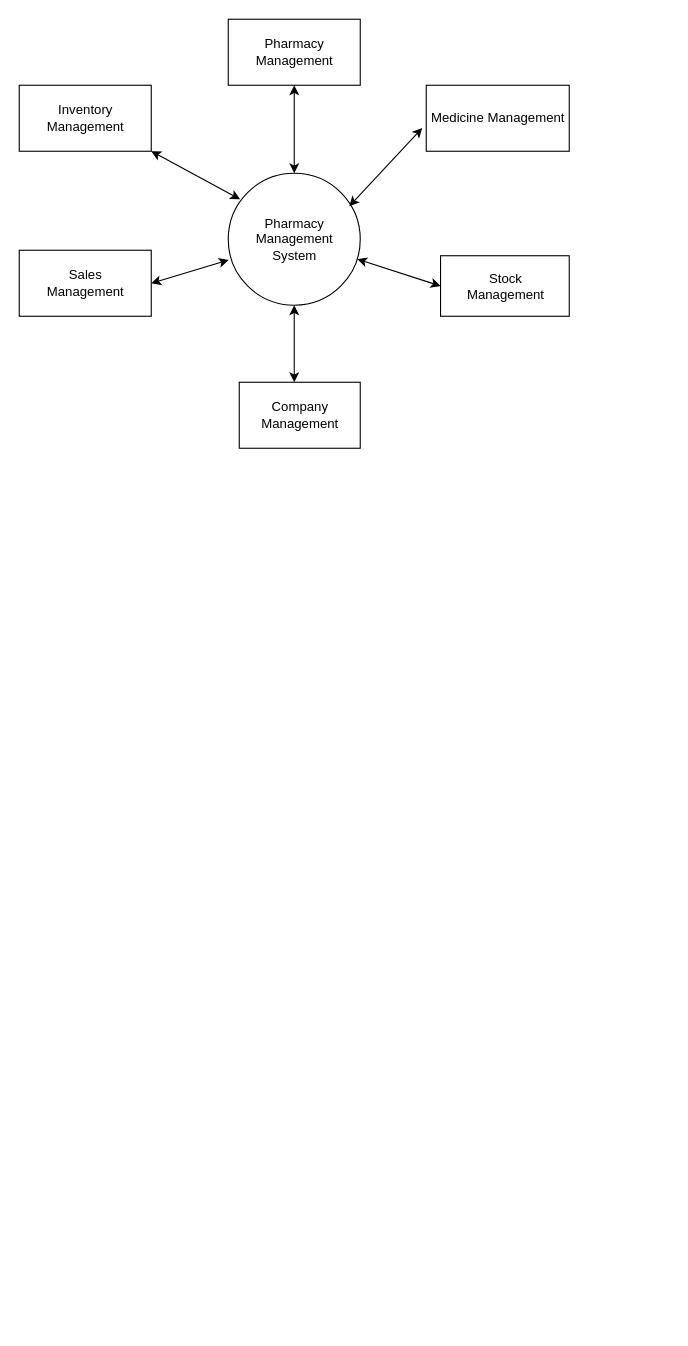
Earlier version of the draw.io diagram page "Page-2" (2 of 3) of hotel-management-system.drawio (nitrroshan/Diagrams). Source tidied: cells renumbered, new cells numbered last; positions are measured from the earlier drawing's top-left corner, leaving out a move shared by most shapes. Both pictures are drawn from the tidied source at 110%, with x=0, y=0 at pixel (19, 19).
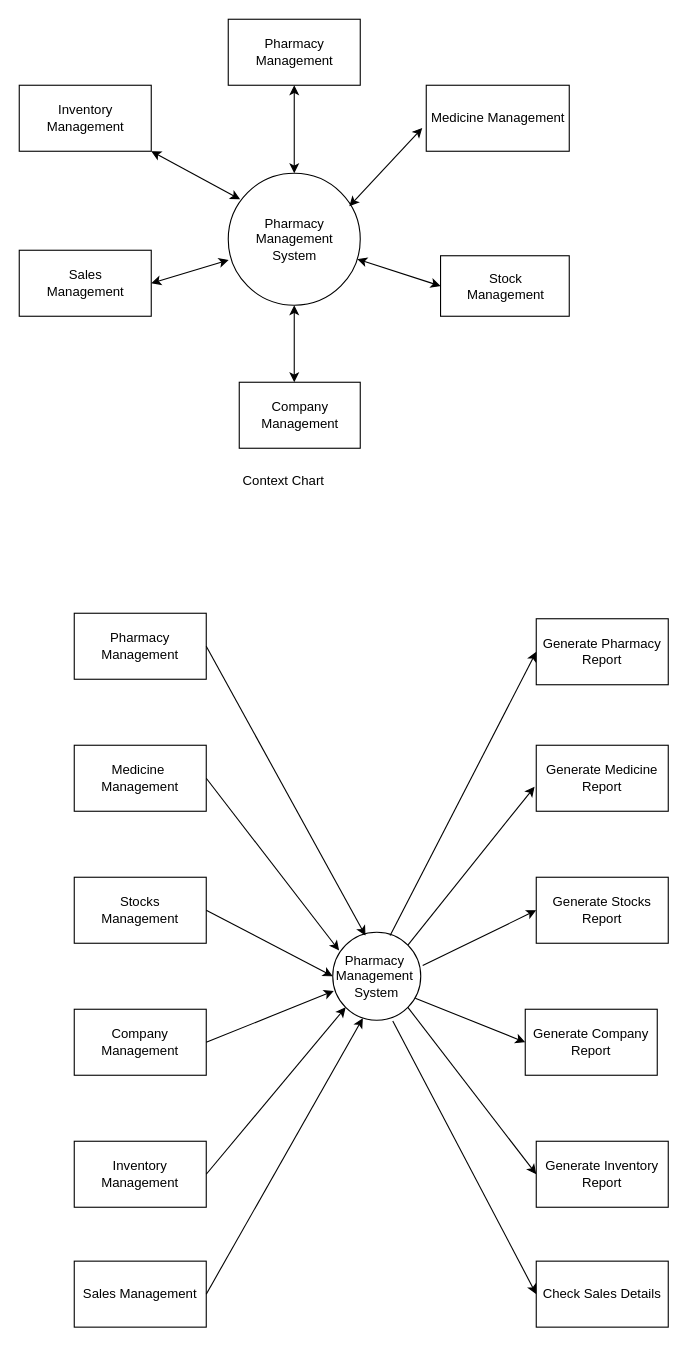
After the change.

What changed in the source:
```diff
@@
+    <mxCell id="15" value="Context Chart" style="text;html=1;align=center;verticalAlign=middle;strokeColor=none;fillColor=none;" parent="1" vertex="1">
+      <mxGeometry x="195" y="410" width="90" height="20" as="geometry" />
+    </mxCell>
+    <mxCell id="16" value="Pharmacy&amp;nbsp;&lt;br&gt;Management&amp;nbsp;&lt;br&gt;System&lt;br&gt;" style="ellipse;whiteSpace=wrap;html=1;" parent="1" vertex="1">
+      <mxGeometry x="285" y="830" width="80" height="80" as="geometry" />
+    </mxCell>
+    <mxCell id="17" value="Pharmacy Management" style="rounded=0;whiteSpace=wrap;html=1;" parent="1" vertex="1">
+      <mxGeometry x="50" y="540" width="120" height="60" as="geometry" />
+    </mxCell>
+    <mxCell id="18" value="Medicine&amp;nbsp;&lt;br&gt;Management" style="rounded=0;whiteSpace=wrap;html=1;" parent="1" vertex="1">
+      <mxGeometry x="50" y="660" width="120" height="60" as="geometry" />
+    </mxCell>
+    <mxCell id="19" value="Stocks&lt;br&gt;Management" style="rounded=0;whiteSpace=wrap;html=1;" parent="1" vertex="1">
+      <mxGeometry x="50" y="780" width="120" height="60" as="geometry" />
+    </mxCell>
+    <mxCell id="20" value="Company&lt;br&gt;Management" style="rounded=0;whiteSpace=wrap;html=1;" parent="1" vertex="1">
+      <mxGeometry x="50" y="900" width="120" height="60" as="geometry" />
+    </mxCell>
+    <mxCell id="21" value="Inventory&lt;br&gt;Management" style="rounded=0;whiteSpace=wrap;html=1;" parent="1" vertex="1">
+      <mxGeometry x="50" y="1020" width="120" height="60" as="geometry" />
+    </mxCell>
+    <mxCell id="22" value="Generate Pharmacy Report" style="rounded=0;whiteSpace=wrap;html=1;" parent="1" vertex="1">
+      <mxGeometry x="470" y="545" width="120" height="60" as="geometry" />
+    </mxCell>
+    <mxCell id="23" value="Generate Medicine Report" style="rounded=0;whiteSpace=wrap;html=1;" parent="1" vertex="1">
+      <mxGeometry x="470" y="660" width="120" height="60" as="geometry" />
+    </mxCell>
+    <mxCell id="24" value="Generate Stocks Report" style="rounded=0;whiteSpace=wrap;html=1;" parent="1" vertex="1">
+      <mxGeometry x="470" y="780" width="120" height="60" as="geometry" />
+    </mxCell>
+    <mxCell id="25" value="Generate Company Report" style="rounded=0;whiteSpace=wrap;html=1;" parent="1" vertex="1">
+      <mxGeometry x="460" y="900" width="120" height="60" as="geometry" />
+    </mxCell>
+    <mxCell id="26" value="Check Sales Details" style="rounded=0;whiteSpace=wrap;html=1;" parent="1" vertex="1">
+      <mxGeometry x="470" y="1129" width="120" height="60" as="geometry" />
+    </mxCell>
+    <mxCell id="27" value="Sales Management" style="rounded=0;whiteSpace=wrap;html=1;" parent="1" vertex="1">
+      <mxGeometry x="50" y="1129" width="120" height="60" as="geometry" />
+    </mxCell>
+    <mxCell id="28" value="Generate Inventory Report" style="rounded=0;whiteSpace=wrap;html=1;" parent="1" vertex="1">
+      <mxGeometry x="470" y="1020" width="120" height="60" as="geometry" />
+    </mxCell>
+    <mxCell id="29" style="endArrow=classic;html=1;rounded=0;exitX=1;exitY=0.5;exitDx=0;exitDy=0;entryX=0.372;entryY=0.038;entryDx=0;entryDy=0;entryPerimeter=0;" parent="1" edge="1" source="17" target="16">
+      <mxGeometry relative="1" as="geometry" />
+    </mxCell>
+    <mxCell id="30" style="endArrow=classic;html=1;rounded=0;entryX=0.072;entryY=0.208;entryDx=0;entryDy=0;exitX=1;exitY=0.5;exitDx=0;exitDy=0;entryPerimeter=0;" parent="1" edge="1" source="18" target="16">
+      <mxGeometry relative="1" as="geometry" />
+    </mxCell>
+    <mxCell id="31" style="endArrow=classic;html=1;rounded=0;exitX=1;exitY=0.5;exitDx=0;exitDy=0;entryX=0;entryY=0.5;entryDx=0;entryDy=0;" parent="1" edge="1" source="19" target="16">
+      <mxGeometry relative="1" as="geometry" />
+    </mxCell>
+    <mxCell id="32" style="endArrow=classic;html=1;rounded=0;exitX=1;exitY=0.5;exitDx=0;exitDy=0;entryX=0.012;entryY=0.667;entryDx=0;entryDy=0;entryPerimeter=0;" parent="1" edge="1" source="20" target="16">
+      <mxGeometry relative="1" as="geometry" />
+    </mxCell>
+    <mxCell id="33" style="endArrow=classic;html=1;rounded=0;exitX=1;exitY=0.5;exitDx=0;exitDy=0;entryX=0;entryY=1;entryDx=0;entryDy=0;" parent="1" edge="1" source="21" target="16">
+      <mxGeometry relative="1" as="geometry" />
+    </mxCell>
+    <mxCell id="34" style="endArrow=classic;html=1;rounded=0;exitX=1;exitY=0.5;exitDx=0;exitDy=0;entryX=0.342;entryY=0.977;entryDx=0;entryDy=0;entryPerimeter=0;" parent="1" edge="1" source="27" target="16">
+      <mxGeometry relative="1" as="geometry" />
+    </mxCell>
+    <mxCell id="35" style="endArrow=classic;html=1;rounded=0;exitX=0.652;exitY=0.038;exitDx=0;exitDy=0;exitPerimeter=0;entryX=0;entryY=0.5;entryDx=0;entryDy=0;" parent="1" edge="1" source="16" target="22">
+      <mxGeometry relative="1" as="geometry" />
+    </mxCell>
+    <mxCell id="36" style="endArrow=classic;html=1;rounded=0;exitX=1;exitY=0;exitDx=0;exitDy=0;entryX=-0.013;entryY=0.63;entryDx=0;entryDy=0;entryPerimeter=0;" parent="1" edge="1" source="16" target="23">
+      <mxGeometry relative="1" as="geometry" />
+    </mxCell>
+    <mxCell id="37" style="endArrow=classic;html=1;rounded=0;exitX=1.022;exitY=0.378;exitDx=0;exitDy=0;exitPerimeter=0;entryX=0;entryY=0.5;entryDx=0;entryDy=0;" parent="1" edge="1" source="16" target="24">
+      <mxGeometry relative="1" as="geometry" />
+    </mxCell>
+    <mxCell id="38" style="endArrow=classic;html=1;rounded=0;entryX=0;entryY=0.5;entryDx=0;entryDy=0;exitX=0.938;exitY=0.75;exitDx=0;exitDy=0;exitPerimeter=0;" parent="1" edge="1" source="16" target="25">
+      <mxGeometry relative="1" as="geometry" />
+    </mxCell>
+    <mxCell id="39" style="endArrow=classic;html=1;rounded=0;exitX=1;exitY=1;exitDx=0;exitDy=0;entryX=0;entryY=0.5;entryDx=0;entryDy=0;" parent="1" edge="1" source="16" target="28">
+      <mxGeometry relative="1" as="geometry" />
+    </mxCell>
+    <mxCell id="40" style="endArrow=classic;html=1;rounded=0;exitX=0.682;exitY=1.008;exitDx=0;exitDy=0;exitPerimeter=0;entryX=0;entryY=0.5;entryDx=0;entryDy=0;" parent="1" edge="1" source="16" target="26">
+      <mxGeometry relative="1" as="geometry" />
+    </mxCell>
```
